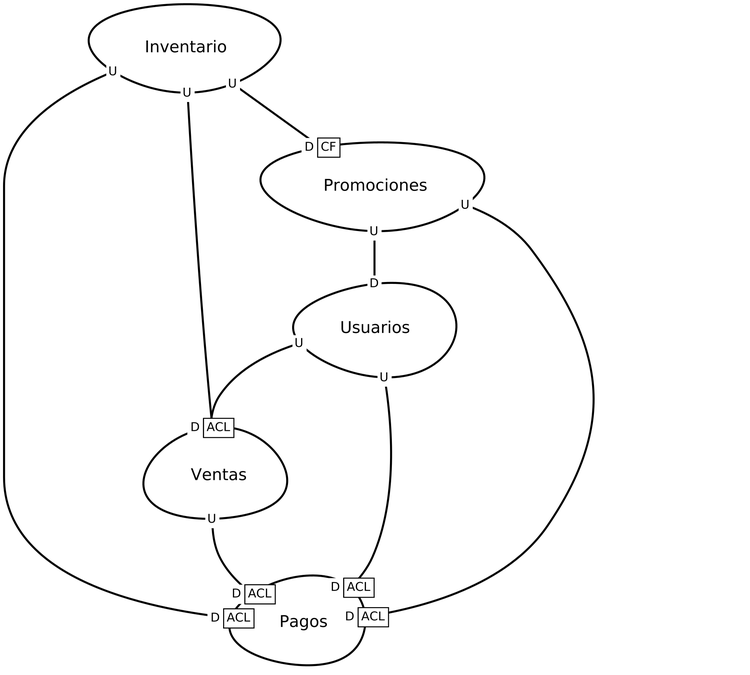
This is src-gen/E-Commerce_ContextMap_ContextMap.png from M4rc0HR/Lab-2-ContextMapper, a Graphviz export, as it was before one commit. Its source is kept beside it as src-gen/E-Commerce_ContextMap_ContextMap.gv.
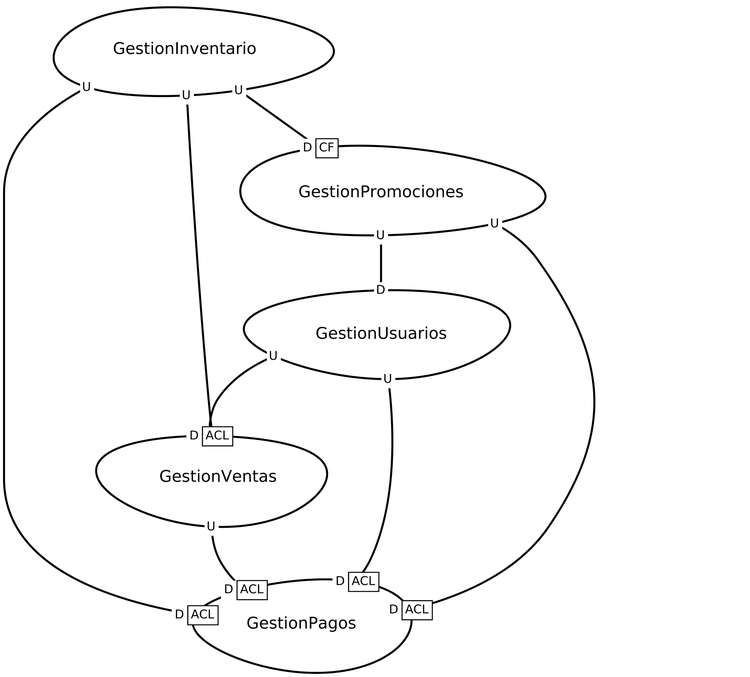
The same file after the commit.

What changed in the source:
```diff
@@ -1,46 +1,46 @@
 digraph "ContextMapGraph" {
 graph ["imagepath"="/tmp/GraphvizJava"]
-"Inventario" ["margin"="0.3","orientation"="144","shape"="egg","fontsize"="16","style"="bold","label"="Inventario\n","fontname"="sans-serif"]
-"Pagos" ["margin"="0.3","orientation"="307","shape"="egg","fontsize"="16","style"="bold","label"="Pagos\n","fontname"="sans-serif"]
-"Ventas" ["margin"="0.3","orientation"="231","shape"="egg","fontsize"="16","style"="bold","label"="Ventas\n","fontname"="sans-serif"]
-"Promociones" ["margin"="0.3","orientation"="289","shape"="egg","fontsize"="16","style"="bold","label"="Promociones\n","fontname"="sans-serif"]
-"Usuarios" ["margin"="0.3","orientation"="246","shape"="egg","fontsize"="16","style"="bold","label"="Usuarios\n","fontname"="sans-serif"]
-"Inventario" -> "Pagos" ["headlabel"=<<table cellspacing="0" cellborder="1" border="0">
+"GestionInventario" ["margin"="0.3","orientation"="73","shape"="egg","fontsize"="16","style"="bold","label"="GestionInventario\n","fontname"="sans-serif"]
+"GestionVentas" ["margin"="0.3","orientation"="20","shape"="egg","fontsize"="16","style"="bold","label"="GestionVentas\n","fontname"="sans-serif"]
+"GestionPagos" ["margin"="0.3","orientation"="14","shape"="egg","fontsize"="16","style"="bold","label"="GestionPagos\n","fontname"="sans-serif"]
+"GestionPromociones" ["margin"="0.3","orientation"="306","shape"="egg","fontsize"="16","style"="bold","label"="GestionPromociones\n","fontname"="sans-serif"]
+"GestionUsuarios" ["margin"="0.3","orientation"="253","shape"="egg","fontsize"="16","style"="bold","label"="GestionUsuarios\n","fontname"="sans-serif"]
+"GestionInventario" -> "GestionVentas" ["headlabel"=<<table cellspacing="0" cellborder="0" border="0">
+<tr><td bgcolor="white">D</td></tr>
+</table>>,"labeldistance"="0","fontsize"="12","taillabel"=<<table cellspacing="0" cellborder="0" border="0">
+<tr><td bgcolor="white">U</td></tr>
+</table>>,"style"="bold","label"="                                        ","dir"="none","fontname"="sans-serif"]
+"GestionInventario" -> "GestionPagos" ["headlabel"=<<table cellspacing="0" cellborder="1" border="0">
 <tr><td bgcolor="white" sides="r">D</td><td sides="trbl" bgcolor="white"><font>ACL</font></td></tr>
 </table>>,"labeldistance"="0","fontsize"="12","taillabel"=<<table cellspacing="0" cellborder="0" border="0">
 <tr><td bgcolor="white">U</td></tr>
 </table>>,"style"="bold","label"="                                        ","dir"="none","fontname"="sans-serif"]
-"Inventario" -> "Ventas" ["headlabel"=<<table cellspacing="0" cellborder="0" border="0">
+"GestionInventario" -> "GestionPromociones" ["headlabel"=<<table cellspacing="0" cellborder="1" border="0">
+<tr><td bgcolor="white" sides="r">D</td><td sides="trbl" bgcolor="white"><font>CF</font></td></tr>
+</table>>,"labeldistance"="0","fontsize"="12","taillabel"=<<table cellspacing="0" cellborder="0" border="0">
+<tr><td bgcolor="white">U</td></tr>
+</table>>,"style"="bold","label"="                                        ","dir"="none","fontname"="sans-serif"]
+"GestionVentas" -> "GestionPagos" ["headlabel"=<<table cellspacing="0" cellborder="1" border="0">
+<tr><td bgcolor="white" sides="r">D</td><td sides="trbl" bgcolor="white"><font>ACL</font></td></tr>
+</table>>,"labeldistance"="0","fontsize"="12","taillabel"=<<table cellspacing="0" cellborder="0" border="0">
+<tr><td bgcolor="white">U</td></tr>
+</table>>,"style"="bold","label"="                                        ","dir"="none","fontname"="sans-serif"]
+"GestionPromociones" -> "GestionPagos" ["headlabel"=<<table cellspacing="0" cellborder="1" border="0">
+<tr><td bgcolor="white" sides="r">D</td><td sides="trbl" bgcolor="white"><font>ACL</font></td></tr>
+</table>>,"labeldistance"="0","fontsize"="12","taillabel"=<<table cellspacing="0" cellborder="0" border="0">
+<tr><td bgcolor="white">U</td></tr>
+</table>>,"style"="bold","label"="                                        ","dir"="none","fontname"="sans-serif"]
+"GestionPromociones" -> "GestionUsuarios" ["headlabel"=<<table cellspacing="0" cellborder="0" border="0">
 <tr><td bgcolor="white">D</td></tr>
 </table>>,"labeldistance"="0","fontsize"="12","taillabel"=<<table cellspacing="0" cellborder="0" border="0">
 <tr><td bgcolor="white">U</td></tr>
 </table>>,"style"="bold","label"="                                        ","dir"="none","fontname"="sans-serif"]
-"Inventario" -> "Promociones" ["headlabel"=<<table cellspacing="0" cellborder="1" border="0">
-<tr><td bgcolor="white" sides="r">D</td><td sides="trbl" bgcolor="white"><font>CF</font></td></tr>
-</table>>,"labeldistance"="0","fontsize"="12","taillabel"=<<table cellspacing="0" cellborder="0" border="0">
-<tr><td bgcolor="white">U</td></tr>
-</table>>,"style"="bold","label"="                                        ","dir"="none","fontname"="sans-serif"]
-"Ventas" -> "Pagos" ["headlabel"=<<table cellspacing="0" cellborder="1" border="0">
+"GestionUsuarios" -> "GestionVentas" ["headlabel"=<<table cellspacing="0" cellborder="1" border="0">
 <tr><td bgcolor="white" sides="r">D</td><td sides="trbl" bgcolor="white"><font>ACL</font></td></tr>
 </table>>,"labeldistance"="0","fontsize"="12","taillabel"=<<table cellspacing="0" cellborder="0" border="0">
 <tr><td bgcolor="white">U</td></tr>
 </table>>,"style"="bold","label"="                                        ","dir"="none","fontname"="sans-serif"]
-"Promociones" -> "Pagos" ["headlabel"=<<table cellspacing="0" cellborder="1" border="0">
-<tr><td bgcolor="white" sides="r">D</td><td sides="trbl" bgcolor="white"><font>ACL</font></td></tr>
-</table>>,"labeldistance"="0","fontsize"="12","taillabel"=<<table cellspacing="0" cellborder="0" border="0">
-<tr><td bgcolor="white">U</td></tr>
-</table>>,"style"="bold","label"="                                        ","dir"="none","fontname"="sans-serif"]
-"Promociones" -> "Usuarios" ["headlabel"=<<table cellspacing="0" cellborder="0" border="0">
-<tr><td bgcolor="white">D</td></tr>
-</table>>,"labeldistance"="0","fontsize"="12","taillabel"=<<table cellspacing="0" cellborder="0" border="0">
-<tr><td bgcolor="white">U</td></tr>
-</table>>,"style"="bold","label"="                                        ","dir"="none","fontname"="sans-serif"]
-"Usuarios" -> "Ventas" ["headlabel"=<<table cellspacing="0" cellborder="1" border="0">
-<tr><td bgcolor="white" sides="r">D</td><td sides="trbl" bgcolor="white"><font>ACL</font></td></tr>
-</table>>,"labeldistance"="0","fontsize"="12","taillabel"=<<table cellspacing="0" cellborder="0" border="0">
-<tr><td bgcolor="white">U</td></tr>
-</table>>,"style"="bold","label"="                                        ","dir"="none","fontname"="sans-serif"]
-"Usuarios" -> "Pagos" ["headlabel"=<<table cellspacing="0" cellborder="1" border="0">
+"GestionUsuarios" -> "GestionPagos" ["headlabel"=<<table cellspacing="0" cellborder="1" border="0">
 <tr><td bgcolor="white" sides="r">D</td><td sides="trbl" bgcolor="white"><font>ACL</font></td></tr>
 </table>>,"labeldistance"="0","fontsize"="12","taillabel"=<<table cellspacing="0" cellborder="0" border="0">
 <tr><td bgcolor="white">U</td></tr>
```
